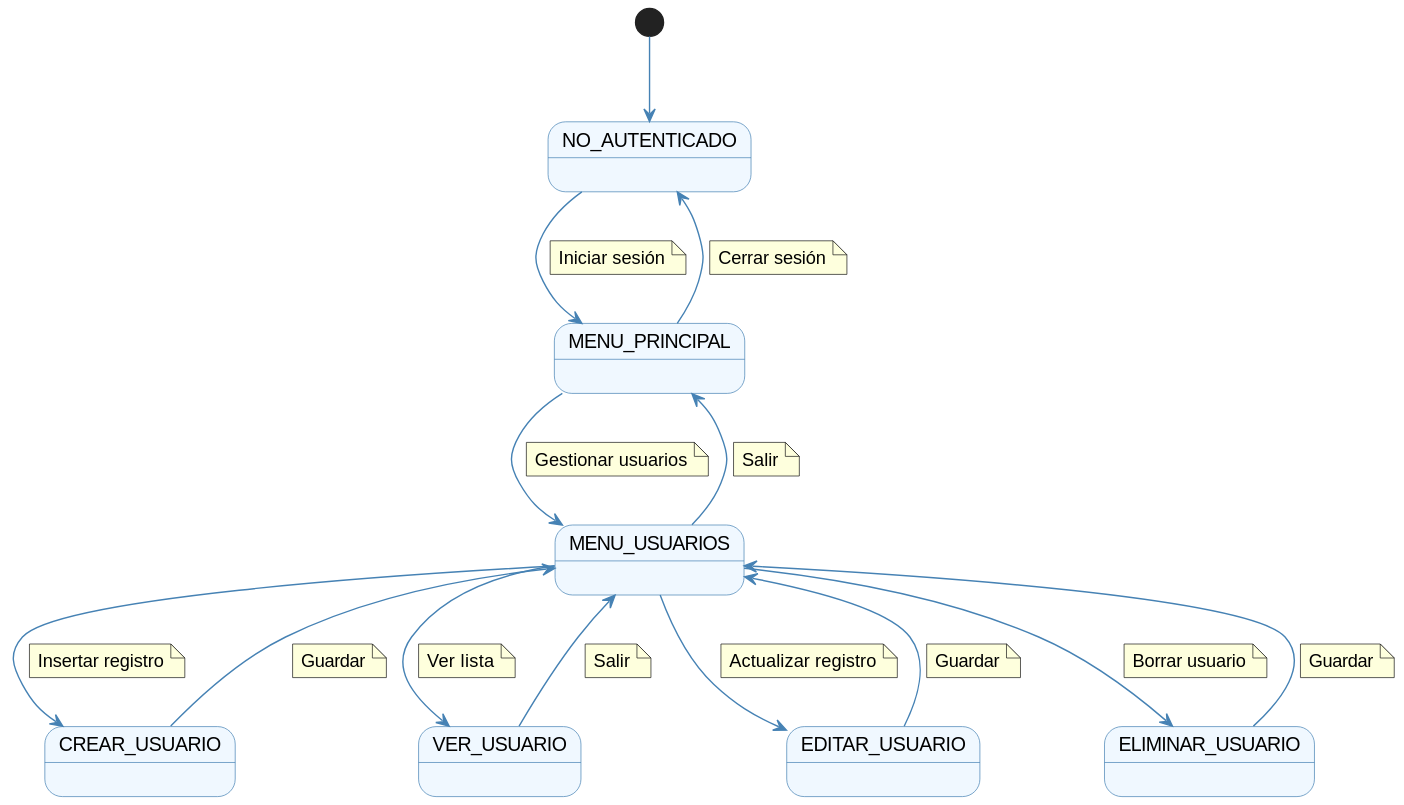
This is documentos/imagenes/casos_de_uso/diagramas_contexto/diagrama_contexto_administrador_usuarios.svg from Dievex/24-25-IdSw1-SDR, a PlantUML export, as it was before one commit. Its diagram source:
```plantuml
@startuml
skinparam {
    StateFontSize 14
    StateFontColor black
    StateBackgroundColor #f0f8ff
    StateBorderColor #4682b4
    ArrowColor #4682b4
    ArrowFontColor #191970
    ArrowFontSize 12
}

state "NO_AUTENTICADO" as NoAuth
state "MENU_PRINCIPAL" as Menu
state "MENU_USUARIOS" as Menu_usuarios
state "CREAR_USUARIO" as Crear_usuario
state "VER_USUARIO" as Ver_usuario
state "EDITAR_USUARIO" as Editar_usuario
state "ELIMINAR_USUARIO" as Eliminar_usuario

[*] --> NoAuth

NoAuth --> Menu
    note on link
        Iniciar sesión
    end note

Menu --> NoAuth
    note on link
        Cerrar sesión
    end note

Menu --> Menu_usuarios
    note on link
        Gestionar usuarios
    end note

Menu_usuarios --> Menu
    note on link
        Salir
    end note

Menu_usuarios --> Crear_usuario
    note on link
        Insertar registro
    end note

Crear_usuario --> Menu_usuarios
    note on link
        Guardar
    end note

Menu_usuarios --> Editar_usuario
    note on link
        Actualizar registro
    end note

Editar_usuario --> Menu_usuarios
    note on link
        Guardar
    end note

Menu_usuarios --> Ver_usuario
    note on link
        Ver lista
    end note

Ver_usuario --> Menu_usuarios
    note on link
        Salir
    end note

Menu_usuarios --> Eliminar_usuario
    note on link
        Borrar usuario
    end note

Eliminar_usuario --> Menu_usuarios
    note on link
        Guardar
    end note
@enduml
```
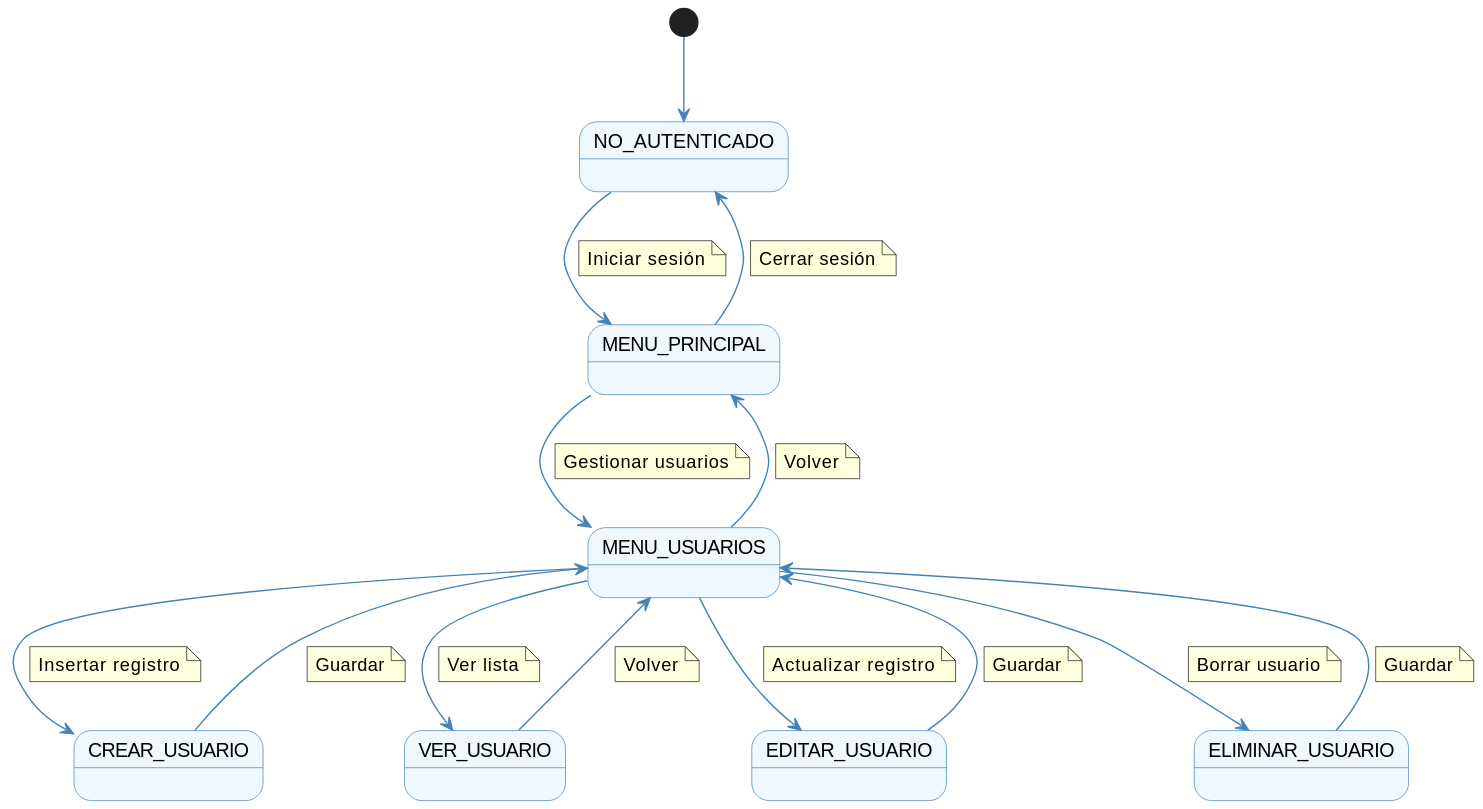
Above is the later version.

The edit, as a diff of the source:
```diff
@@ -36,7 +36,7 @@
 
 Menu_usuarios --> Menu
     note on link
-        Salir
+        Volver
     end note
 
 Menu_usuarios --> Crear_usuario
@@ -66,7 +66,7 @@
 
 Ver_usuario --> Menu_usuarios
     note on link
-        Salir
+        Volver
     end note
 
 Menu_usuarios --> Eliminar_usuario
```
